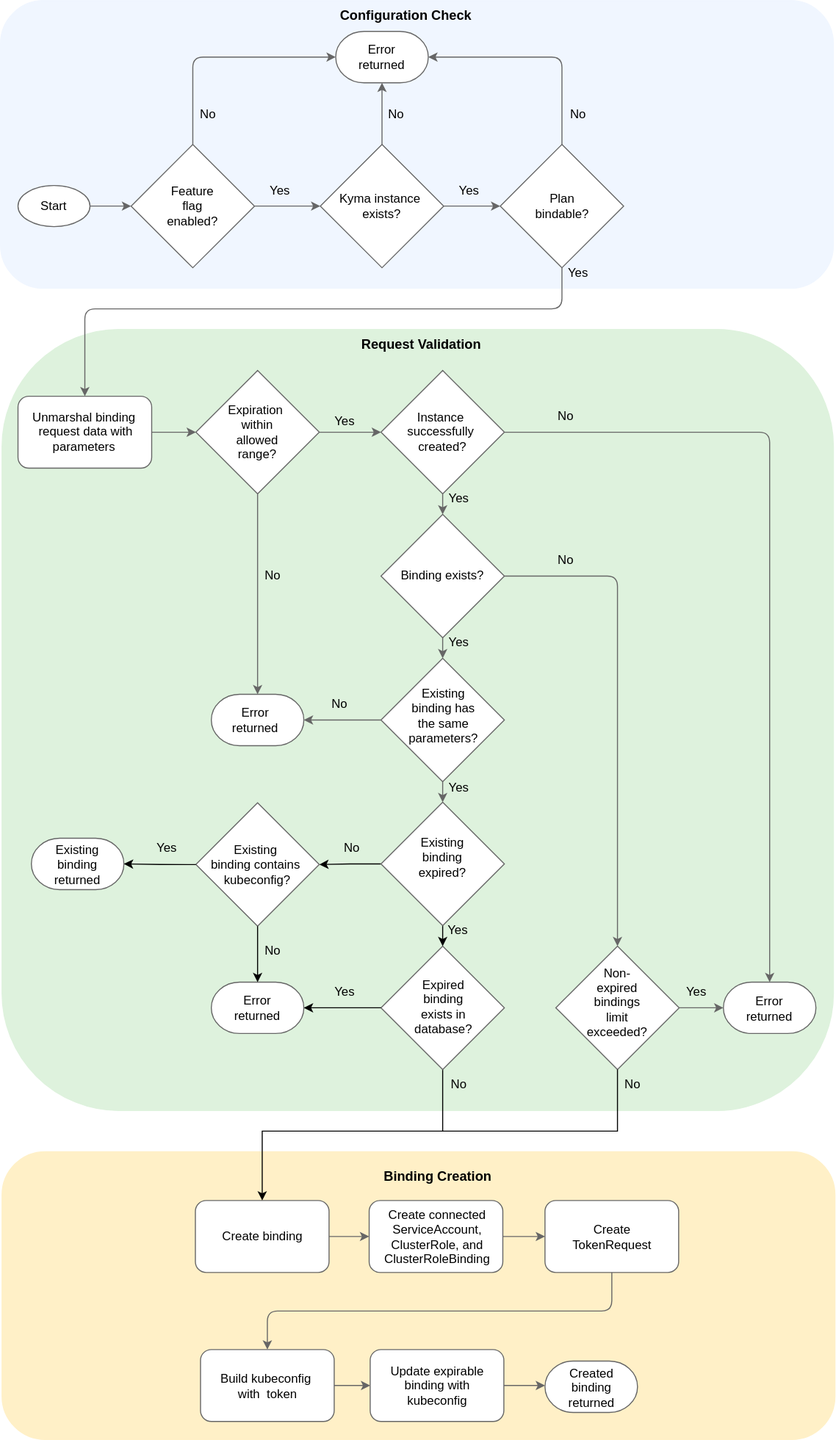
Earlier version of the draw.io export docs/assets/bindings-create-flow.drawio.svg (kyma-project/kyma-environment-broker). Source tidied: cells renumbered, new cells last; positions are measured from the earlier drawing's top-left corner, leaving out a move shared by most shapes.
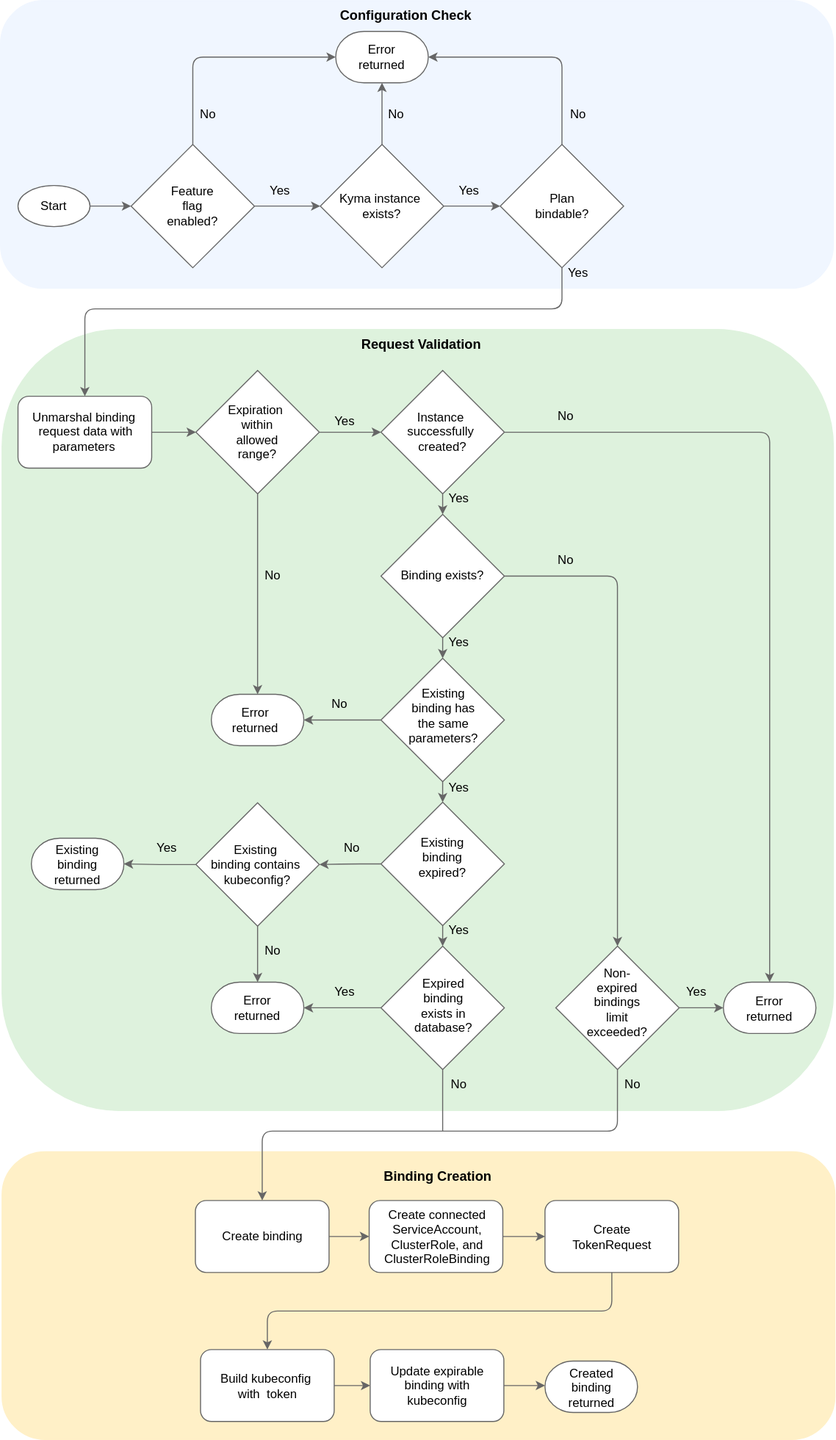
After the change.

Diff of the diagram source:
```diff
@@ -67,7 +67,7 @@
     <mxCell id="22" style="rounded=1;whiteSpace=wrap;html=1;strokeColor=#666666;fontColor=#000000;fillStyle=solid;fillColor=#ffffff;" parent="1" vertex="1">
       <mxGeometry x="17" y="385" width="130" height="70" as="geometry" />
     </mxCell>
-    <mxCell id="23" style="edgeStyle=orthogonalEdgeStyle;rounded=0;jettySize=auto;html=1;exitX=0.5;exitY=1;exitDx=0;exitDy=0;endArrow=none;endFill=0;" parent="1" edge="1" source="24">
+    <mxCell id="23" style="edgeStyle=orthogonalEdgeStyle;rounded=1;jettySize=auto;html=1;exitX=0.5;exitY=1;exitDx=0;exitDy=0;endArrow=none;endFill=0;curved=0;strokeColor=#666666;" parent="1" edge="1" source="24">
       <mxGeometry relative="1" as="geometry">
         <mxPoint x="430" y="1100" as="targetPoint" />
       </mxGeometry>
@@ -75,10 +75,10 @@
     <mxCell id="24" style="rhombus;whiteSpace=wrap;html=1;strokeColor=#666666;fontColor=#000000;fillStyle=solid;fillColor=#ffffff;" parent="1" vertex="1">
       <mxGeometry x="370" y="920" width="120" height="120" as="geometry" />
     </mxCell>
-    <mxCell id="25" style="edgeStyle=orthogonalEdgeStyle;rounded=0;jettySize=auto;html=1;exitX=0;exitY=0.5;exitDx=0;exitDy=0;entryX=1;entryY=0.5;entryDx=0;entryDy=0;" parent="1" edge="1" source="27" target="90">
+    <mxCell id="25" style="edgeStyle=orthogonalEdgeStyle;rounded=1;jettySize=auto;html=1;exitX=0;exitY=0.5;exitDx=0;exitDy=0;entryX=1;entryY=0.5;entryDx=0;entryDy=0;curved=0;strokeColor=#666666;" parent="1" edge="1" source="27" target="90">
       <mxGeometry relative="1" as="geometry" />
     </mxCell>
-    <mxCell id="26" style="edgeStyle=orthogonalEdgeStyle;rounded=0;jettySize=auto;html=1;exitX=0.5;exitY=1;exitDx=0;exitDy=0;entryX=0.5;entryY=0;entryDx=0;entryDy=0;" parent="1" edge="1" source="27" target="24">
+    <mxCell id="26" style="edgeStyle=orthogonalEdgeStyle;rounded=1;jettySize=auto;html=1;exitX=0.5;exitY=1;exitDx=0;exitDy=0;entryX=0.5;entryY=0;entryDx=0;entryDy=0;curved=0;strokeColor=#666666;" parent="1" edge="1" source="27" target="24">
       <mxGeometry relative="1" as="geometry" />
     </mxCell>
     <mxCell id="27" style="rhombus;whiteSpace=wrap;html=1;strokeColor=#666666;fontColor=#000000;fillStyle=solid;fillColor=#ffffff;" parent="1" vertex="1">
@@ -224,7 +224,7 @@
       <mxGeometry x="662" y="950" width="30" height="30" as="geometry" />
     </mxCell>
     <mxCell id="72" value="Yes" style="text;html=1;align=center;verticalAlign=middle;whiteSpace=wrap;rounded=0;fontColor=#000000;" parent="1" vertex="1">
-      <mxGeometry x="430" y="890" width="30" height="30" as="geometry" />
+      <mxGeometry x="431" y="890" width="30" height="30" as="geometry" />
     </mxCell>
     <mxCell id="73" value="Yes" style="text;html=1;align=center;verticalAlign=middle;whiteSpace=wrap;rounded=0;fontColor=#000000;" parent="1" vertex="1">
       <mxGeometry x="320" y="950" width="30" height="30" as="geometry" />
@@ -285,7 +285,7 @@
     <mxCell id="90" value="Existing&amp;nbsp;&lt;div&gt;binding contains&amp;nbsp;&lt;div&gt;kubeconfig?&lt;/div&gt;&lt;/div&gt;" style="rhombus;whiteSpace=wrap;html=1;strokeColor=#666666;fontColor=#000000;fillStyle=solid;fillColor=#ffffff;" parent="1" vertex="1">
       <mxGeometry x="190" y="780.6" width="120" height="120" as="geometry" />
     </mxCell>
-    <mxCell id="91" style="edgeStyle=orthogonalEdgeStyle;rounded=0;jettySize=auto;html=1;exitX=0;exitY=0.5;exitDx=0;exitDy=0;entryX=1;entryY=0.5;entryDx=0;entryDy=0;entryPerimeter=0;" parent="1" edge="1" source="90" target="88">
+    <mxCell id="91" style="edgeStyle=orthogonalEdgeStyle;rounded=1;jettySize=auto;html=1;exitX=0;exitY=0.5;exitDx=0;exitDy=0;entryX=1;entryY=0.5;entryDx=0;entryDy=0;entryPerimeter=0;curved=0;strokeColor=#666666;" parent="1" edge="1" source="90" target="88">
       <mxGeometry relative="1" as="geometry" />
     </mxCell>
     <mxCell id="92" value="Yes" style="text;html=1;align=center;verticalAlign=middle;whiteSpace=wrap;rounded=0;fontColor=#000000;" parent="1" vertex="1">
@@ -318,16 +318,16 @@
     <mxCell id="101" value="Error&lt;div&gt;returned&lt;/div&gt;" style="strokeWidth=1;html=1;shape=mxgraph.flowchart.terminator;whiteSpace=wrap;strokeColor=#666666;fontColor=#000000;fillStyle=solid;fillColor=#ffffff;" parent="100" vertex="1">
       <mxGeometry width="90" height="50" as="geometry" />
     </mxCell>
-    <mxCell id="102" style="edgeStyle=orthogonalEdgeStyle;rounded=0;jettySize=auto;html=1;exitX=0;exitY=0.5;exitDx=0;exitDy=0;entryX=1;entryY=0.5;entryDx=0;entryDy=0;entryPerimeter=0;" parent="1" edge="1" source="24" target="101">
+    <mxCell id="102" style="edgeStyle=orthogonalEdgeStyle;rounded=1;jettySize=auto;html=1;exitX=0;exitY=0.5;exitDx=0;exitDy=0;entryX=1;entryY=0.5;entryDx=0;entryDy=0;entryPerimeter=0;curved=0;strokeColor=#666666;" parent="1" edge="1" source="24" target="101">
       <mxGeometry relative="1" as="geometry" />
     </mxCell>
-    <mxCell id="103" style="edgeStyle=orthogonalEdgeStyle;rounded=0;jettySize=auto;html=1;exitX=0.5;exitY=1;exitDx=0;exitDy=0;entryX=0.5;entryY=0;entryDx=0;entryDy=0;entryPerimeter=0;" parent="1" edge="1" source="90" target="101">
+    <mxCell id="103" style="edgeStyle=orthogonalEdgeStyle;rounded=1;jettySize=auto;html=1;exitX=0.5;exitY=1;exitDx=0;exitDy=0;entryX=0.5;entryY=0;entryDx=0;entryDy=0;entryPerimeter=0;curved=0;strokeColor=#666666;" parent="1" edge="1" source="90" target="101">
       <mxGeometry relative="1" as="geometry" />
     </mxCell>
     <mxCell id="104" value="No" style="text;html=1;align=center;verticalAlign=middle;whiteSpace=wrap;rounded=0;fontColor=#000000;" parent="1" vertex="1">
       <mxGeometry x="250" y="910" width="30" height="30" as="geometry" />
     </mxCell>
-    <mxCell id="105" style="edgeStyle=orthogonalEdgeStyle;rounded=0;jettySize=auto;html=1;exitX=0.5;exitY=1;exitDx=0;exitDy=0;entryX=0.5;entryY=0;entryDx=0;entryDy=0;" parent="1" edge="1" source="95" target="20">
+    <mxCell id="105" style="edgeStyle=orthogonalEdgeStyle;rounded=1;jettySize=auto;html=1;exitX=0.5;exitY=1;exitDx=0;exitDy=0;entryX=0.5;entryY=0;entryDx=0;entryDy=0;curved=0;strokeColor=#666666;" parent="1" edge="1" source="95" target="20">
       <mxGeometry relative="1" as="geometry">
         <Array as="points">
           <mxPoint x="600" y="1100" />
```
